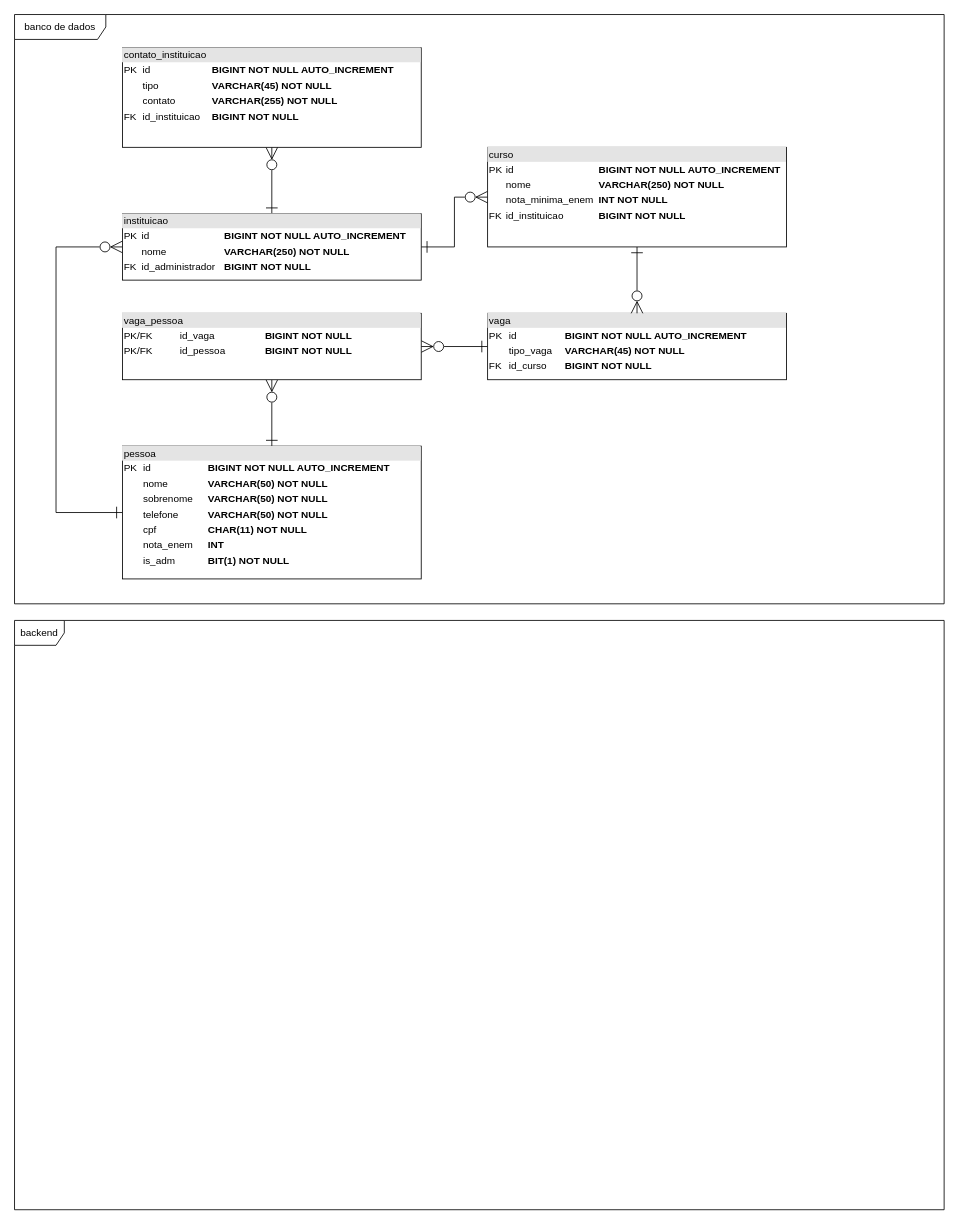
Above: page "EQ4" (4 of 8) of equipes.drawio in hannaBanannaOF/entra21-git-inicio (draw.io), before the change. Source tidied: cells renumbered, new cells numbered last; positions are measured from the earlier drawing's top-left corner, leaving out a move shared by most shapes. Both pictures are drawn from the tidied source at 83%, with x=0, y=0 at pixel (14, 14).
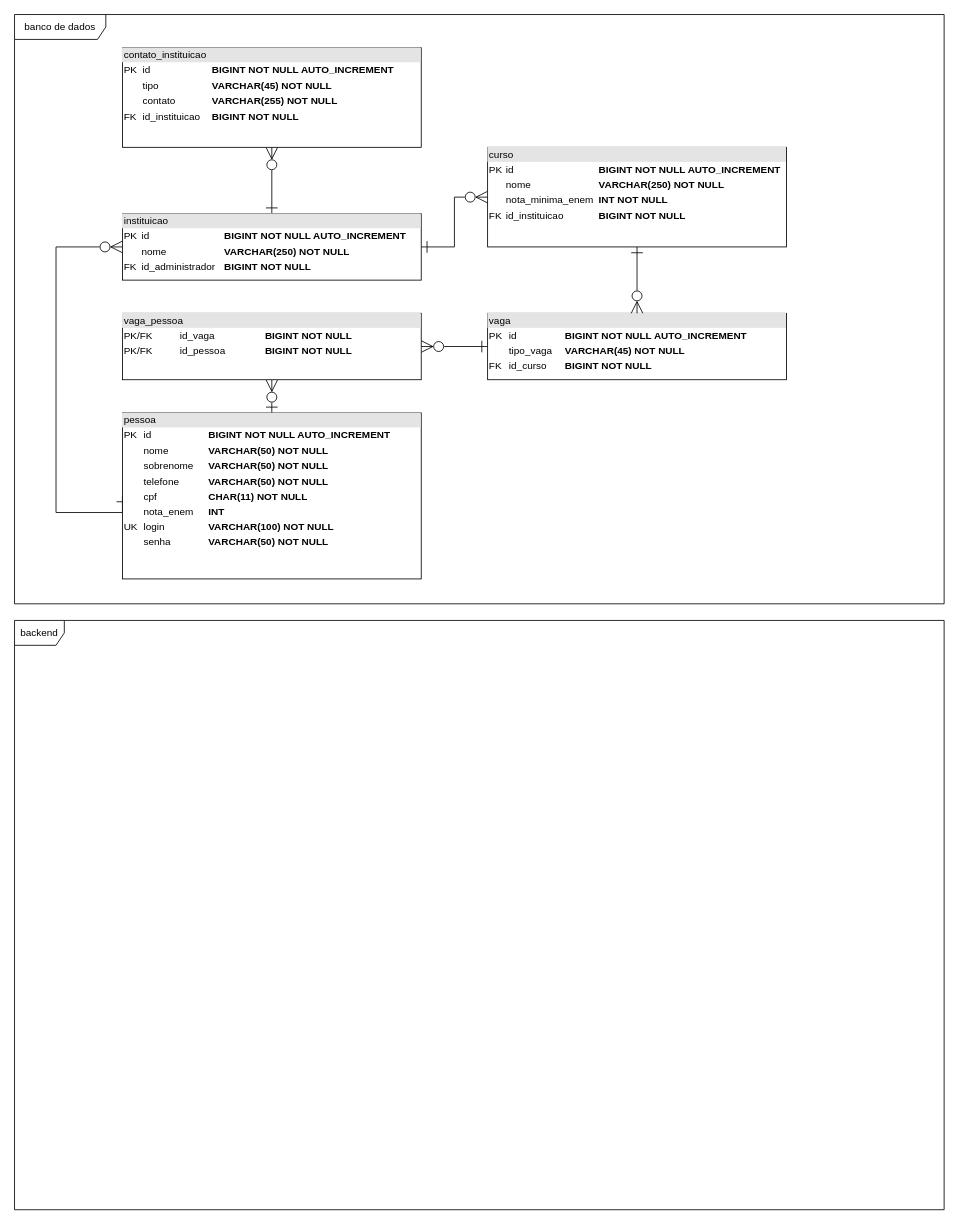
Above is the later version.

What changed in the source:
```diff
@@
 <mxGraphModel>
   <root>
     <mxCell id="0" />
     <mxCell id="1" parent="0" />
     <mxCell id="2" value="banco de dados" style="shape=umlFrame;whiteSpace=wrap;html=1;width=110;height=30;" parent="1" vertex="1">
       <mxGeometry width="1120" height="710" as="geometry" />
     </mxCell>
     <mxCell id="3" value="backend" style="shape=umlFrame;whiteSpace=wrap;html=1;" parent="1" vertex="1">
       <mxGeometry y="730" width="1120" height="710" as="geometry" />
     </mxCell>
     <mxCell id="4" style="edgeStyle=orthogonalEdgeStyle;rounded=0;jettySize=auto;html=1;exitX=0;exitY=0.5;exitDx=0;exitDy=0;entryX=1;entryY=0.5;entryDx=0;entryDy=0;startArrow=ERone;startFill=0;endArrow=ERzeroToMany;endFill=0;startSize=12;endSize=12;" parent="1" edge="1" source="5" target="14">
       <mxGeometry relative="1" as="geometry" />
     </mxCell>
     <mxCell id="5" value="&lt;div style=&quot;box-sizing:border-box;width:100%;background:#e4e4e4;padding:2px;&quot;&gt;vaga&lt;/div&gt;&lt;table style=&quot;width:100%;font-size:1em;&quot; cellpadding=&quot;2&quot; cellspacing=&quot;0&quot;&gt;&lt;tbody&gt;&lt;tr&gt;&lt;td&gt;PK&lt;/td&gt;&lt;td&gt;id&lt;/td&gt;&lt;td&gt;&lt;b&gt;BIGINT&lt;/b&gt;&amp;nbsp;&lt;b&gt;NOT NULL AUTO_INCREMENT&lt;/b&gt;&lt;br&gt;&lt;/td&gt;&lt;/tr&gt;&lt;tr&gt;&lt;td&gt;&lt;br&gt;&lt;/td&gt;&lt;td&gt;tipo_vaga&lt;/td&gt;&lt;td&gt;&lt;b&gt;VARCHAR(45) NOT NULL&lt;/b&gt;&lt;/td&gt;&lt;/tr&gt;&lt;tr&gt;&lt;td&gt;FK&lt;/td&gt;&lt;td&gt;id_curso&lt;/td&gt;&lt;td&gt;&lt;b&gt;BIGINT NOT NULL&lt;/b&gt;&lt;/td&gt;&lt;/tr&gt;&lt;/tbody&gt;&lt;/table&gt;" style="verticalAlign=top;align=left;overflow=fill;html=1;" parent="1" vertex="1">
       <mxGeometry x="570" y="360" width="360" height="80" as="geometry" />
     </mxCell>
     <mxCell id="6" style="edgeStyle=orthogonalEdgeStyle;rounded=0;jettySize=auto;html=1;exitX=0.5;exitY=0;exitDx=0;exitDy=0;entryX=0.5;entryY=1;entryDx=0;entryDy=0;startArrow=ERone;startFill=0;endArrow=ERzeroToMany;endFill=0;startSize=12;endSize=12;" parent="1" edge="1" source="8" target="14">
       <mxGeometry relative="1" as="geometry" />
     </mxCell>
     <mxCell id="7" style="edgeStyle=orthogonalEdgeStyle;rounded=0;jettySize=auto;html=1;exitX=0;exitY=0.5;exitDx=0;exitDy=0;entryX=0;entryY=0.5;entryDx=0;entryDy=0;endArrow=ERzeroToMany;endFill=0;startArrow=ERone;startFill=0;endSize=12;startSize=12;" parent="1" edge="1" source="8" target="11">
       <mxGeometry relative="1" as="geometry">
         <Array as="points">
           <mxPoint x="50" y="600" />
           <mxPoint x="50" y="280" />
         </Array>
       </mxGeometry>
     </mxCell>
-    <mxCell id="8" value="&lt;div style=&quot;box-sizing:border-box;width:100%;background:#e4e4e4;padding:2px;&quot;&gt;pessoa&lt;/div&gt;&lt;table style=&quot;width:100%;font-size:1em;&quot; cellpadding=&quot;2&quot; cellspacing=&quot;0&quot;&gt;&lt;tbody&gt;&lt;tr&gt;&lt;td&gt;PK&lt;/td&gt;&lt;td&gt;id&amp;nbsp;&lt;/td&gt;&lt;td&gt;&lt;b&gt;BIGINT&amp;nbsp;NOT NULL AUTO_INCREMENT&lt;/b&gt;&lt;br&gt;&lt;/td&gt;&lt;/tr&gt;&lt;tr&gt;&lt;td&gt;&lt;br&gt;&lt;/td&gt;&lt;td&gt;nome&amp;nbsp;&lt;br&gt;&lt;/td&gt;&lt;td&gt;&lt;b&gt;VARCHAR(50) NOT NULL&lt;/b&gt;&lt;br&gt;&lt;/td&gt;&lt;/tr&gt;&lt;tr&gt;&lt;td&gt;&lt;br&gt;&lt;/td&gt;&lt;td&gt;sobrenome&amp;nbsp;&lt;br&gt;&lt;/td&gt;&lt;td&gt;&lt;b&gt;VARCHAR(50) NOT NULL&lt;/b&gt;&lt;br&gt;&lt;/td&gt;&lt;/tr&gt;&lt;tr&gt;&lt;td&gt;&lt;br&gt;&lt;/td&gt;&lt;td&gt;telefone&lt;/td&gt;&lt;td&gt;&lt;b&gt;VARCHAR(50) NOT NULL&lt;/b&gt;&lt;/td&gt;&lt;/tr&gt;&lt;tr&gt;&lt;td&gt;&lt;br&gt;&lt;/td&gt;&lt;td&gt;cpf&lt;/td&gt;&lt;td&gt;&lt;b&gt;CHAR(11) NOT NULL&lt;/b&gt;&lt;/td&gt;&lt;/tr&gt;&lt;tr&gt;&lt;td&gt;&lt;br&gt;&lt;/td&gt;&lt;td&gt;nota_enem&lt;/td&gt;&lt;td&gt;&lt;b&gt;INT&lt;/b&gt;&lt;/td&gt;&lt;/tr&gt;&lt;tr&gt;&lt;td&gt;&lt;br&gt;&lt;/td&gt;&lt;td&gt;is_adm&lt;/td&gt;&lt;td&gt;&lt;b&gt;BIT(1) NOT NULL&lt;/b&gt;&lt;/td&gt;&lt;/tr&gt;&lt;/tbody&gt;&lt;/table&gt;" style="verticalAlign=top;align=left;overflow=fill;html=1;" parent="1" vertex="1">
-      <mxGeometry x="130" y="520" width="360" height="160" as="geometry" />
+    <mxCell id="8" value="&lt;div style=&quot;box-sizing:border-box;width:100%;background:#e4e4e4;padding:2px;&quot;&gt;pessoa&lt;/div&gt;&lt;table style=&quot;width:100%;font-size:1em;&quot; cellpadding=&quot;2&quot; cellspacing=&quot;0&quot;&gt;&lt;tbody&gt;&lt;tr&gt;&lt;td&gt;PK&lt;/td&gt;&lt;td&gt;id&amp;nbsp;&lt;/td&gt;&lt;td&gt;&lt;b&gt;BIGINT&amp;nbsp;NOT NULL AUTO_INCREMENT&lt;/b&gt;&lt;br&gt;&lt;/td&gt;&lt;/tr&gt;&lt;tr&gt;&lt;td&gt;&lt;br&gt;&lt;/td&gt;&lt;td&gt;nome&amp;nbsp;&lt;br&gt;&lt;/td&gt;&lt;td&gt;&lt;b&gt;VARCHAR(50) NOT NULL&lt;/b&gt;&lt;br&gt;&lt;/td&gt;&lt;/tr&gt;&lt;tr&gt;&lt;td&gt;&lt;br&gt;&lt;/td&gt;&lt;td&gt;sobrenome&amp;nbsp;&lt;br&gt;&lt;/td&gt;&lt;td&gt;&lt;b&gt;VARCHAR(50) NOT NULL&lt;/b&gt;&lt;br&gt;&lt;/td&gt;&lt;/tr&gt;&lt;tr&gt;&lt;td&gt;&lt;br&gt;&lt;/td&gt;&lt;td&gt;telefone&lt;/td&gt;&lt;td&gt;&lt;b&gt;VARCHAR(50) NOT NULL&lt;/b&gt;&lt;/td&gt;&lt;/tr&gt;&lt;tr&gt;&lt;td&gt;&lt;br&gt;&lt;/td&gt;&lt;td&gt;cpf&lt;/td&gt;&lt;td&gt;&lt;b&gt;CHAR(11) NOT NULL&lt;/b&gt;&lt;/td&gt;&lt;/tr&gt;&lt;tr&gt;&lt;td&gt;&lt;br&gt;&lt;/td&gt;&lt;td&gt;nota_enem&lt;/td&gt;&lt;td&gt;&lt;b&gt;INT&lt;/b&gt;&lt;/td&gt;&lt;/tr&gt;&lt;tr&gt;&lt;td&gt;UK&lt;/td&gt;&lt;td&gt;login&lt;/td&gt;&lt;td&gt;&lt;b&gt;VARCHAR(100) NOT NULL&lt;/b&gt;&lt;/td&gt;&lt;/tr&gt;&lt;tr&gt;&lt;td&gt;&lt;br&gt;&lt;/td&gt;&lt;td&gt;senha&lt;/td&gt;&lt;td&gt;&lt;b&gt;VARCHAR(50) NOT NULL&lt;/b&gt;&lt;/td&gt;&lt;/tr&gt;&lt;/tbody&gt;&lt;/table&gt;" style="verticalAlign=top;align=left;overflow=fill;html=1;" parent="1" vertex="1">
+      <mxGeometry x="130" y="480" width="360" height="200" as="geometry" />
     </mxCell>
     <mxCell id="9" style="edgeStyle=orthogonalEdgeStyle;rounded=0;jettySize=auto;html=1;exitX=1;exitY=0.5;exitDx=0;exitDy=0;entryX=0;entryY=0.5;entryDx=0;entryDy=0;endArrow=ERzeroToMany;endFill=0;startArrow=ERone;startFill=0;endSize=12;startSize=12;" parent="1" edge="1" source="11" target="13">
       <mxGeometry relative="1" as="geometry" />
     </mxCell>
     <mxCell id="10" style="edgeStyle=orthogonalEdgeStyle;rounded=0;jettySize=auto;html=1;exitX=0.5;exitY=0;exitDx=0;exitDy=0;entryX=0.5;entryY=1;entryDx=0;entryDy=0;startArrow=ERone;startFill=0;endArrow=ERzeroToMany;endFill=0;startSize=12;endSize=12;" parent="1" edge="1" source="11" target="15">
       <mxGeometry relative="1" as="geometry" />
     </mxCell>
     <mxCell id="11" value="&lt;div style=&quot;box-sizing:border-box;width:100%;background:#e4e4e4;padding:2px;&quot;&gt;instituicao&lt;/div&gt;&lt;table style=&quot;width:100%;font-size:1em;&quot; cellpadding=&quot;2&quot; cellspacing=&quot;0&quot;&gt;&lt;tbody&gt;&lt;tr&gt;&lt;td&gt;PK&lt;/td&gt;&lt;td&gt;id&lt;/td&gt;&lt;td&gt;&lt;b&gt;BIGINT&lt;/b&gt;&amp;nbsp;&lt;b&gt;NOT NULL AUTO_INCREMENT&lt;/b&gt;&lt;br&gt;&lt;/td&gt;&lt;/tr&gt;&lt;tr&gt;&lt;td&gt;&lt;br&gt;&lt;/td&gt;&lt;td&gt;nome&lt;/td&gt;&lt;td&gt;&lt;b&gt;VARCHAR(250) NOT NULL&lt;/b&gt;&lt;/td&gt;&lt;/tr&gt;&lt;tr&gt;&lt;td&gt;FK&lt;/td&gt;&lt;td&gt;id_administrador&lt;/td&gt;&lt;td&gt;&lt;b&gt;BIGINT NOT NULL&lt;/b&gt;&lt;/td&gt;&lt;/tr&gt;&lt;/tbody&gt;&lt;/table&gt;" style="verticalAlign=top;align=left;overflow=fill;html=1;" parent="1" vertex="1">
       <mxGeometry x="130" y="240" width="360" height="80" as="geometry" />
     </mxCell>
     <mxCell id="12" style="edgeStyle=orthogonalEdgeStyle;rounded=0;jettySize=auto;html=1;exitX=0.5;exitY=1;exitDx=0;exitDy=0;entryX=0.5;entryY=0;entryDx=0;entryDy=0;startArrow=ERone;startFill=0;endArrow=ERzeroToMany;endFill=0;startSize=12;endSize=12;" parent="1" edge="1" source="13" target="5">
       <mxGeometry relative="1" as="geometry" />
     </mxCell>
     <mxCell id="13" value="&lt;div style=&quot;box-sizing:border-box;width:100%;background:#e4e4e4;padding:2px;&quot;&gt;curso&lt;/div&gt;&lt;table style=&quot;width:100%;font-size:1em;&quot; cellpadding=&quot;2&quot; cellspacing=&quot;0&quot;&gt;&lt;tbody&gt;&lt;tr&gt;&lt;td&gt;PK&lt;/td&gt;&lt;td&gt;id&lt;/td&gt;&lt;td&gt;&lt;b&gt;BIGINT&lt;/b&gt;&amp;nbsp;&lt;b&gt;NOT NULL AUTO_INCREMENT&lt;/b&gt;&lt;br&gt;&lt;/td&gt;&lt;/tr&gt;&lt;tr&gt;&lt;td&gt;&lt;br&gt;&lt;/td&gt;&lt;td&gt;nome&lt;/td&gt;&lt;td&gt;&lt;b&gt;VARCHAR(250) NOT NULL&lt;/b&gt;&lt;/td&gt;&lt;/tr&gt;&lt;tr&gt;&lt;td&gt;&lt;br&gt;&lt;/td&gt;&lt;td&gt;nota_minima_enem&lt;/td&gt;&lt;td&gt;&lt;b&gt;INT NOT NULL&lt;/b&gt;&lt;/td&gt;&lt;/tr&gt;&lt;tr&gt;&lt;td&gt;FK&lt;/td&gt;&lt;td&gt;id_instituicao&lt;/td&gt;&lt;td&gt;&lt;b&gt;BIGINT NOT NULL&lt;/b&gt;&lt;/td&gt;&lt;/tr&gt;&lt;/tbody&gt;&lt;/table&gt;" style="verticalAlign=top;align=left;overflow=fill;html=1;" parent="1" vertex="1">
       <mxGeometry x="570" y="160" width="360" height="120" as="geometry" />
     </mxCell>
     <mxCell id="14" value="&lt;div style=&quot;box-sizing:border-box;width:100%;background:#e4e4e4;padding:2px;&quot;&gt;vaga_pessoa&lt;/div&gt;&lt;table style=&quot;width:100%;font-size:1em;&quot; cellpadding=&quot;2&quot; cellspacing=&quot;0&quot;&gt;&lt;tbody&gt;&lt;tr&gt;&lt;td&gt;PK/FK&lt;/td&gt;&lt;td&gt;id_vaga&lt;/td&gt;&lt;td&gt;&lt;b&gt;BIGINT&lt;/b&gt;&amp;nbsp;&lt;b&gt;NOT NULL&lt;/b&gt;&lt;br&gt;&lt;/td&gt;&lt;/tr&gt;&lt;tr&gt;&lt;td&gt;PK/FK&lt;/td&gt;&lt;td&gt;id_pessoa&lt;/td&gt;&lt;td&gt;&lt;b&gt;BIGINT NOT NULL&lt;/b&gt;&lt;/td&gt;&lt;/tr&gt;&lt;tr&gt;&lt;td&gt;&lt;br&gt;&lt;/td&gt;&lt;td&gt;&lt;br&gt;&lt;/td&gt;&lt;td&gt;&lt;br&gt;&lt;/td&gt;&lt;/tr&gt;&lt;/tbody&gt;&lt;/table&gt;" style="verticalAlign=top;align=left;overflow=fill;html=1;" parent="1" vertex="1">
       <mxGeometry x="130" y="360" width="360" height="80" as="geometry" />
     </mxCell>
     <mxCell id="15" value="&lt;div style=&quot;box-sizing:border-box;width:100%;background:#e4e4e4;padding:2px;&quot;&gt;contato_instituicao&lt;/div&gt;&lt;table style=&quot;width:100%;font-size:1em;&quot; cellpadding=&quot;2&quot; cellspacing=&quot;0&quot;&gt;&lt;tbody&gt;&lt;tr&gt;&lt;td&gt;PK&lt;/td&gt;&lt;td&gt;id&lt;/td&gt;&lt;td&gt;&lt;b&gt;BIGINT&lt;/b&gt;&amp;nbsp;&lt;b&gt;NOT NULL AUTO_INCREMENT&lt;/b&gt;&lt;br&gt;&lt;/td&gt;&lt;/tr&gt;&lt;tr&gt;&lt;td&gt;&lt;br&gt;&lt;/td&gt;&lt;td&gt;tipo&lt;/td&gt;&lt;td&gt;&lt;b&gt;VARCHAR(45) NOT NULL&lt;/b&gt;&lt;/td&gt;&lt;/tr&gt;&lt;tr&gt;&lt;td&gt;&lt;br&gt;&lt;/td&gt;&lt;td&gt;contato&lt;/td&gt;&lt;td&gt;&lt;b&gt;VARCHAR(255) NOT NULL&lt;/b&gt;&lt;/td&gt;&lt;/tr&gt;&lt;tr&gt;&lt;td&gt;FK&lt;/td&gt;&lt;td&gt;id_instituicao&lt;/td&gt;&lt;td&gt;&lt;b&gt;BIGINT NOT NULL&lt;/b&gt;&lt;/td&gt;&lt;/tr&gt;&lt;/tbody&gt;&lt;/table&gt;" style="verticalAlign=top;align=left;overflow=fill;html=1;" parent="1" vertex="1">
       <mxGeometry x="130" y="40" width="360" height="120" as="geometry" />
     </mxCell>
   </root>
 </mxGraphModel>
```
